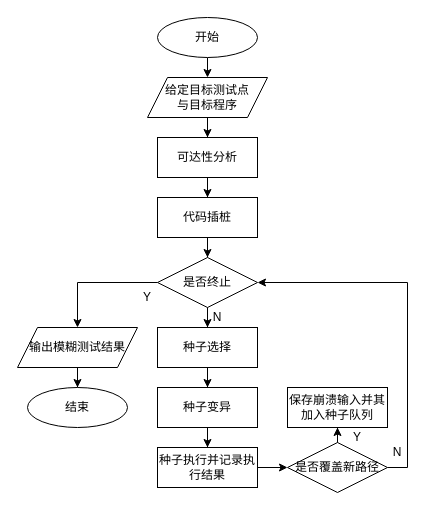
Above: 模糊测试流程图.drawio in Adam-01/diagrams (draw.io), before the change. Source tidied: cells renumbered, new cells numbered last; positions are measured from the earlier drawing's top-left corner, leaving out a move shared by most shapes. Both pictures are drawn from the tidied source at 100%, with x=0, y=0 at pixel (17, 17).
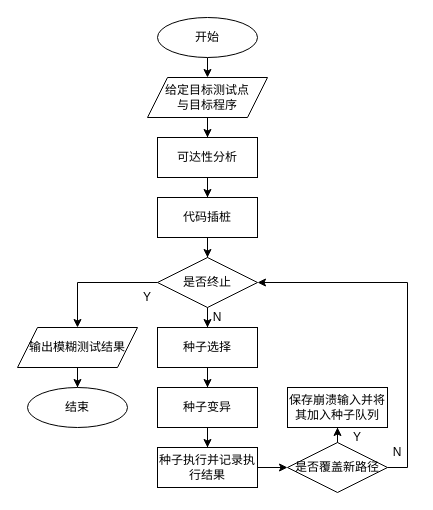
The same page after the edit.

Commit message (it also covers changes not shown here):
更新模糊测试流程图.drawio

Change to the diagram source:
```diff
@@
-    <mxCell id="22" value="保存崩溃输入并其加入种子队列" style="rounded=0;whiteSpace=wrap;html=1;fontFamily=宋体;" parent="1" vertex="1">
+    <mxCell id="22" value="保存崩溃输入并将其加入种子队列" style="rounded=0;whiteSpace=wrap;html=1;fontFamily=宋体;" parent="1" vertex="1">
       <mxGeometry x="270" y="370" width="100" height="40" as="geometry" />
     </mxCell>
```
